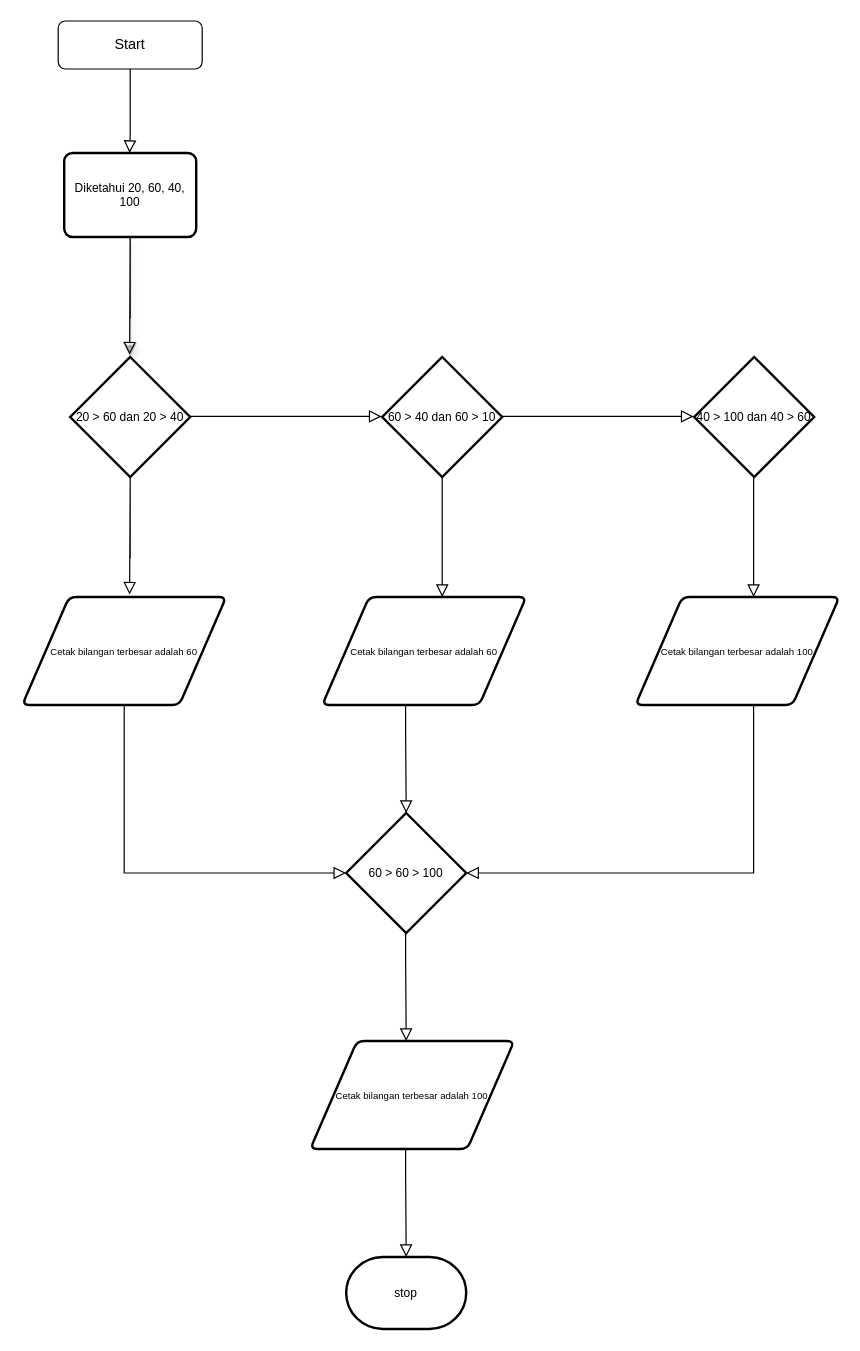
renaldyhidayatt/BlogS keeps this draw.io diagram as Untitled Diagram.drawio. Above is the earlier version. Source tidied: cells renumbered, new cells numbered last; positions are measured from the earlier drawing's top-left corner, leaving out a move shared by most shapes. Both pictures are drawn from the tidied source at 120%, with x=0, y=0 at pixel (22, 20).
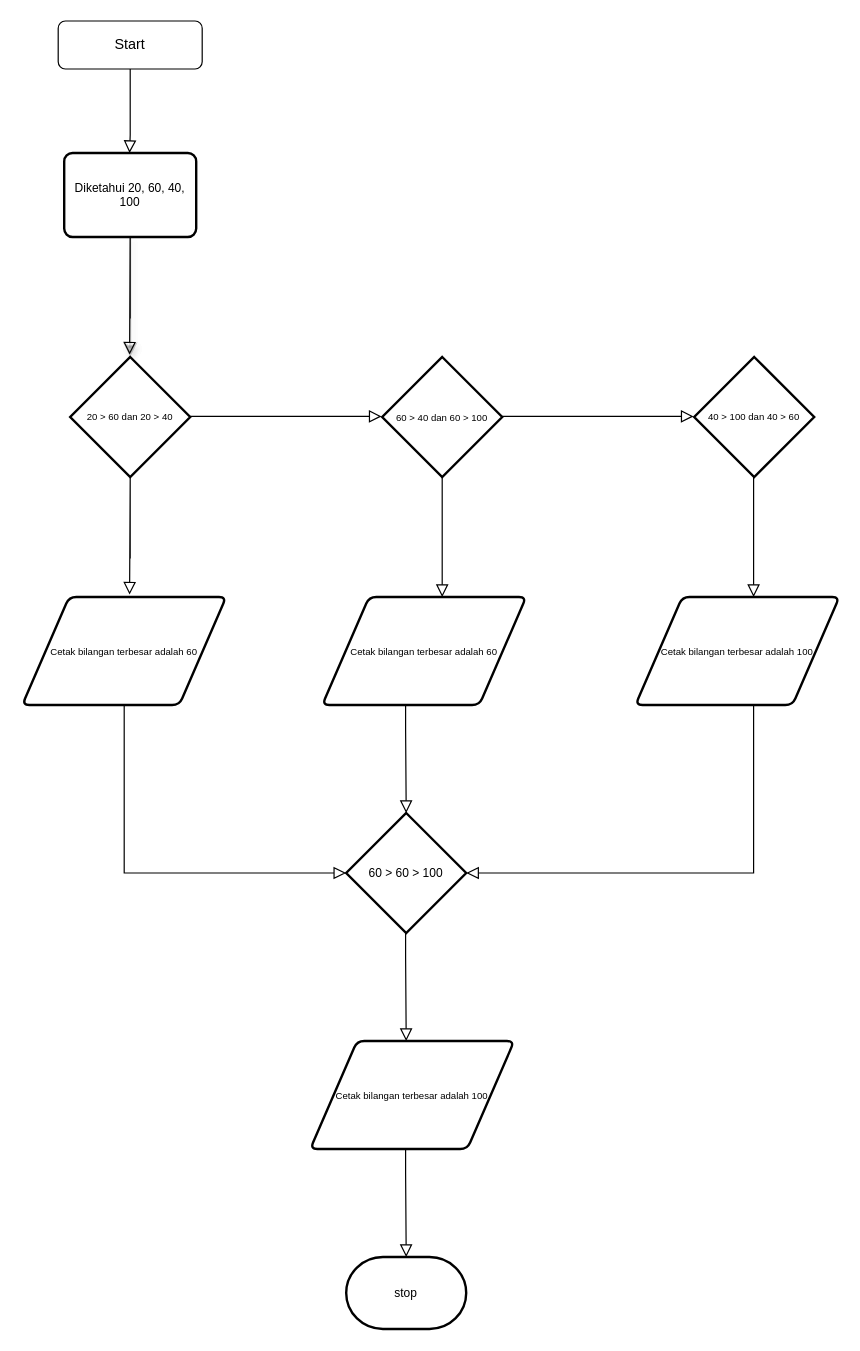
Above is the later version.

Diff of the diagram source:
```diff
@@
-    <mxCell id="9" value="20 &amp;gt; 60 dan 20 &amp;gt; 40" style="strokeWidth=2;html=1;shape=mxgraph.flowchart.decision;whiteSpace=wrap;fontSize=10;" parent="1" vertex="1">
+    <mxCell id="9" value="20 &amp;gt; 60 dan 20 &amp;gt; 40" style="strokeWidth=2;html=1;shape=mxgraph.flowchart.decision;whiteSpace=wrap;fontSize=8;" parent="1" vertex="1">
       <mxGeometry x="40" y="280" width="100" height="100" as="geometry" />
     </mxCell>
@@
-    <mxCell id="13" value="&lt;font style=&quot;font-size: 10px&quot;&gt;60 &amp;gt; 40 dan 60 &amp;gt; 10&lt;br&gt;&lt;/font&gt;" style="strokeWidth=2;html=1;shape=mxgraph.flowchart.decision;whiteSpace=wrap;fontSize=12;" parent="1" vertex="1">
+    <mxCell id="13" value="&lt;font style=&quot;font-size: 8px&quot;&gt;60 &amp;gt; 40 dan 60 &amp;gt; 100&lt;/font&gt;" style="strokeWidth=2;html=1;shape=mxgraph.flowchart.decision;whiteSpace=wrap;fontSize=12;" parent="1" vertex="1">
       <mxGeometry x="300" y="280" width="100" height="100" as="geometry" />
     </mxCell>
@@
-    <mxCell id="17" value="40 &amp;gt; 100 dan 40 &amp;gt; 60" style="strokeWidth=2;html=1;shape=mxgraph.flowchart.decision;whiteSpace=wrap;fontSize=10;" parent="1" vertex="1">
+    <mxCell id="17" value="40 &amp;gt; 100 dan 40 &amp;gt; 60" style="strokeWidth=2;html=1;shape=mxgraph.flowchart.decision;whiteSpace=wrap;fontSize=8;" parent="1" vertex="1">
       <mxGeometry x="560" y="280" width="100" height="100" as="geometry" />
     </mxCell>
```
